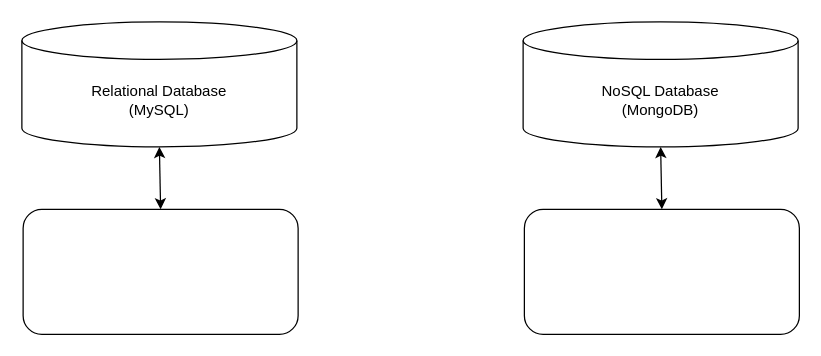
This is Untitled Diagram.drawio from marina-bozic/s3-terraform, a draw.io file, before an edit. Source tidied: cells renumbered, new cells numbered last; positions are measured from the earlier drawing's top-left corner, leaving out a move shared by most shapes. Both pictures are drawn from the tidied source at 125%, with x=0, y=0 at pixel (21, 21).
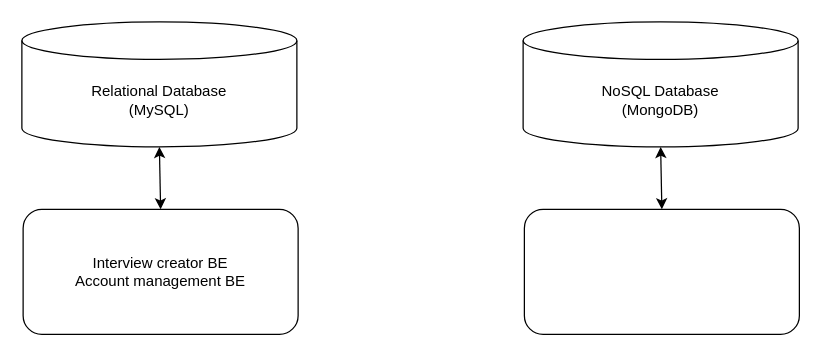
The same page after the edit.

Diff of the diagram source:
```diff
@@
 <mxGraphModel>
   <root>
     <mxCell id="0" />
     <mxCell id="1" parent="0" />
     <mxCell id="2" value="Relational Database&lt;br&gt;(MySQL)" style="shape=cylinder3;whiteSpace=wrap;html=1;boundedLbl=1;backgroundOutline=1;size=15;" parent="1" vertex="1">
       <mxGeometry width="220" height="100" as="geometry" />
     </mxCell>
-    <mxCell id="3" style="rounded=1;whiteSpace=wrap;html=1;" parent="1" vertex="1">
+    <mxCell id="3" value="Interview creator BE&lt;br&gt;Account management BE" style="rounded=1;whiteSpace=wrap;html=1;" parent="1" vertex="1">
       <mxGeometry x="1" y="150" width="220" height="100" as="geometry" />
     </mxCell>
     <mxCell id="4" style="endArrow=classic;startArrow=classic;html=1;exitX=0.5;exitY=0;exitDx=0;exitDy=0;entryX=0.5;entryY=1;entryDx=0;entryDy=0;entryPerimeter=0;" parent="1" edge="1" source="3" target="2">
       <mxGeometry relative="1" as="geometry" />
     </mxCell>
     <mxCell id="5" value="NoSQL Database&lt;br&gt;(MongoDB)" style="shape=cylinder3;whiteSpace=wrap;html=1;boundedLbl=1;backgroundOutline=1;size=15;" parent="1" vertex="1">
       <mxGeometry x="401" width="220" height="100" as="geometry" />
     </mxCell>
     <mxCell id="6" style="rounded=1;whiteSpace=wrap;html=1;" parent="1" vertex="1">
       <mxGeometry x="402" y="150" width="220" height="100" as="geometry" />
     </mxCell>
     <mxCell id="7" style="endArrow=classic;startArrow=classic;html=1;exitX=0.5;exitY=0;exitDx=0;exitDy=0;entryX=0.5;entryY=1;entryDx=0;entryDy=0;entryPerimeter=0;" parent="1" edge="1" source="6" target="5">
       <mxGeometry relative="1" as="geometry" />
     </mxCell>
   </root>
 </mxGraphModel>
```
